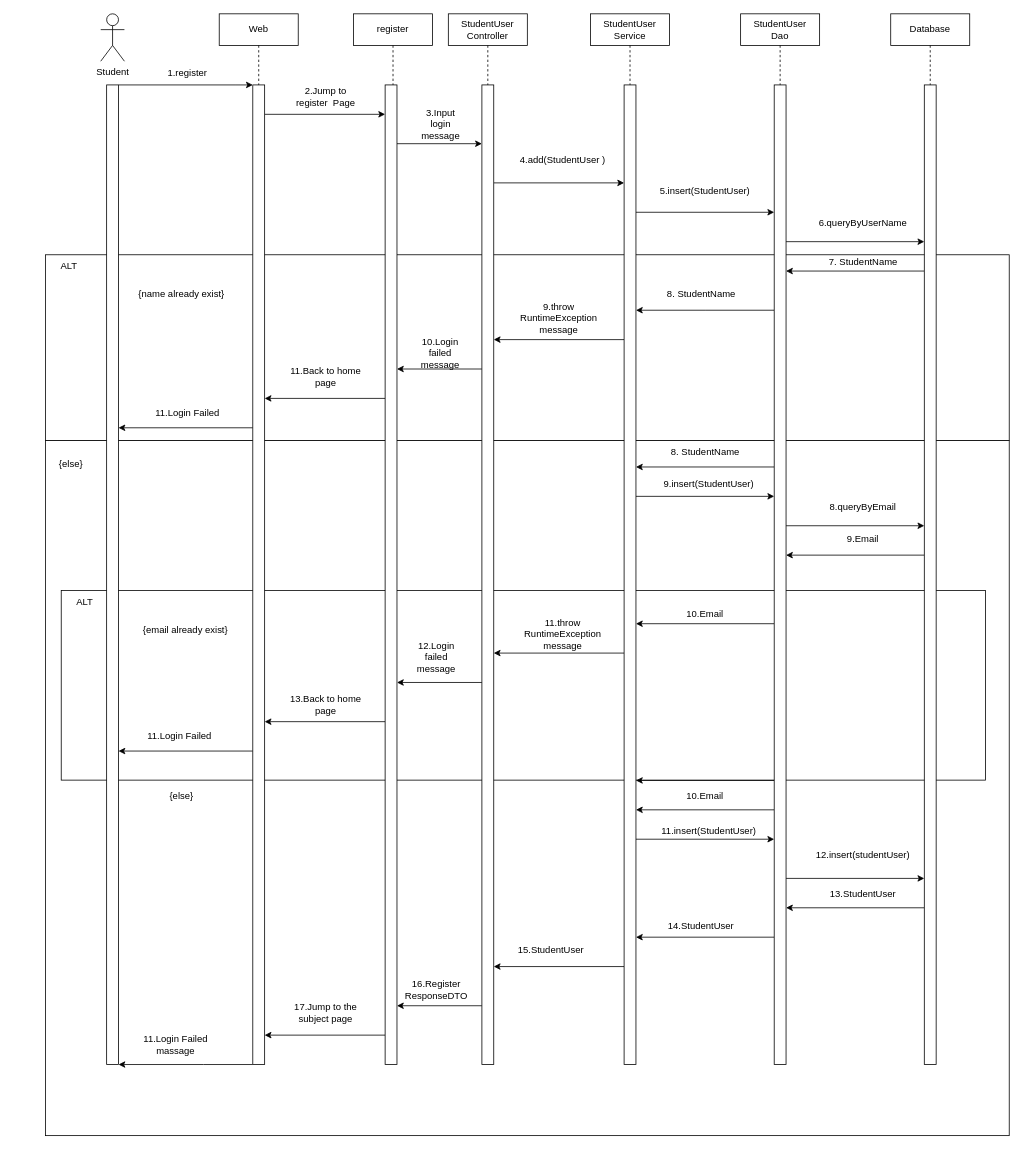
This is Final_project_Sequence_diagram.drawio from vriusc/Intelligent-Tutoring-System, a draw.io file, before an edit. Source tidied: cells renumbered, new cells numbered last; positions are measured from the earlier drawing's top-left corner, leaving out a move shared by most shapes. Both pictures are drawn from the tidied source at 79%, with x=0, y=0 at pixel (13, 13).
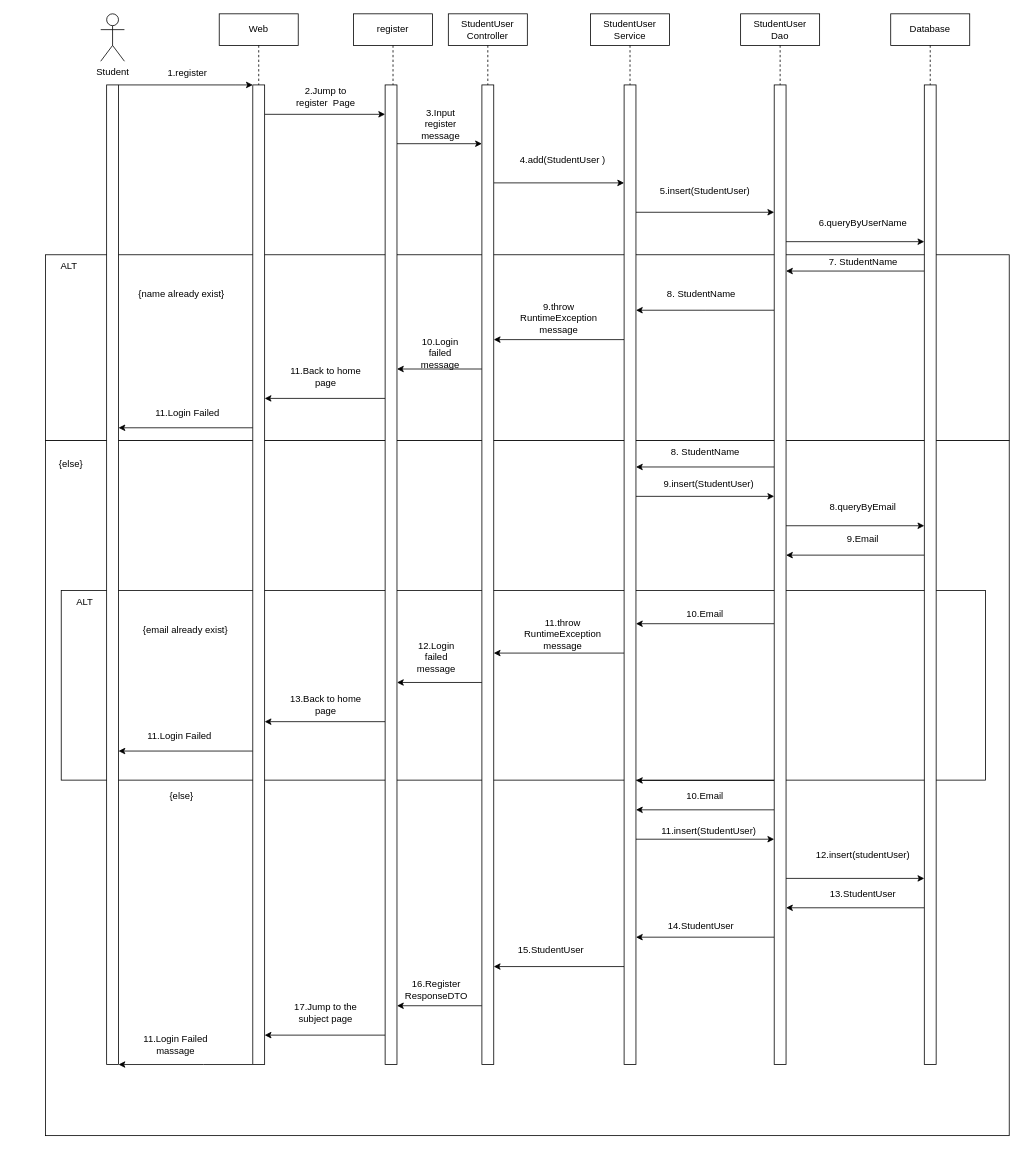
The same page after the edit.

What changed in the source:
```diff
@@
-    <mxCell id="14" value="3.Input&lt;br&gt;login&lt;br&gt;message" style="text;html=1;align=center;verticalAlign=middle;strokeColor=none;fillColor=none;" parent="1" vertex="1">
+    <mxCell id="14" value="3.Input&lt;br&gt;register&lt;br&gt;message" style="text;html=1;align=center;verticalAlign=middle;strokeColor=none;fillColor=none;" parent="1" vertex="1">
       <mxGeometry x="505" y="110" width="70" height="60" as="geometry" />
     </mxCell>
```
